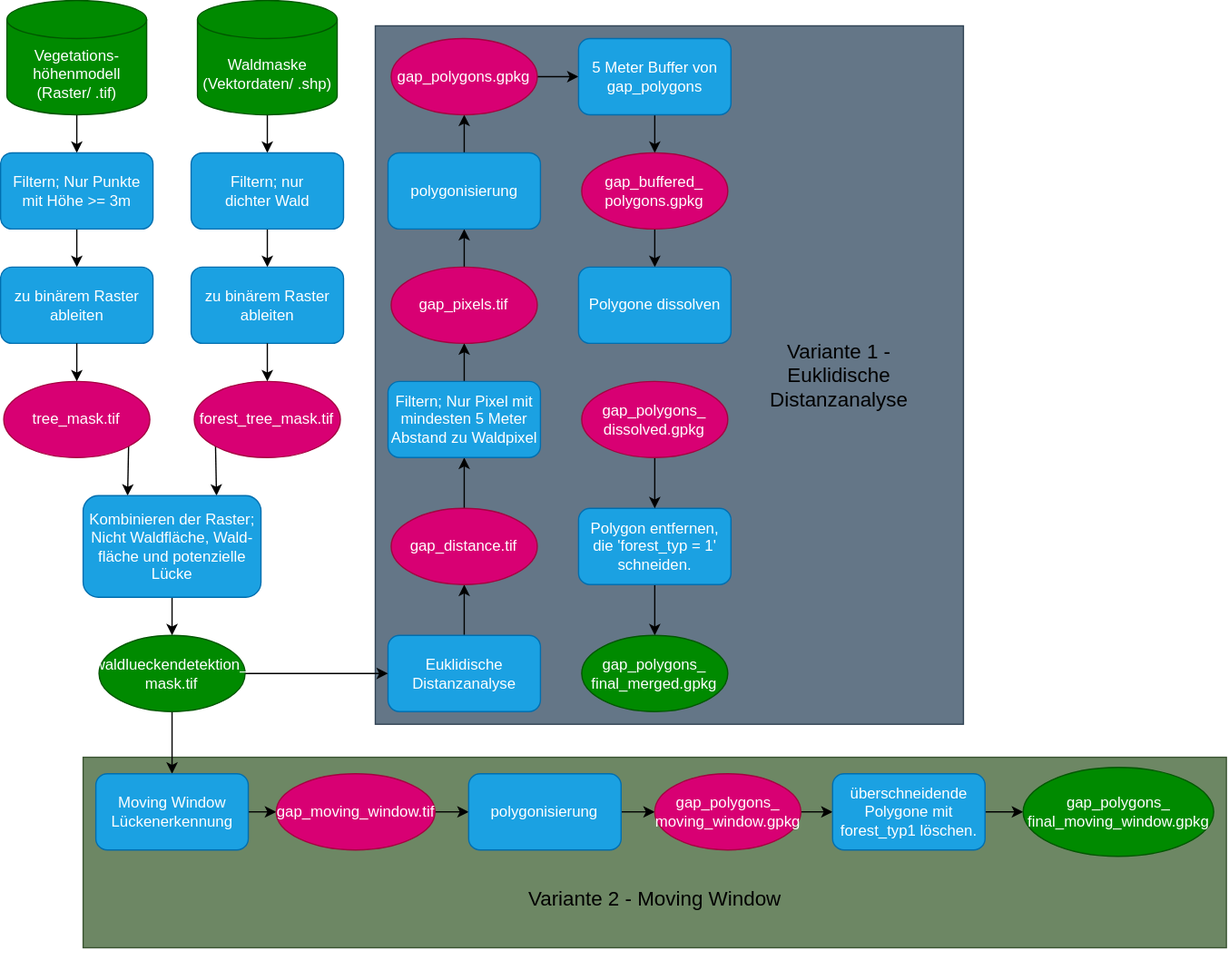
Earlier version of the draw.io export Lueckendetektion.drawio.svg (liobio72/Lueckendetektion). Source tidied: cells renumbered, new cells last; positions are measured from the earlier drawing's top-left corner, leaving out a move shared by most shapes.
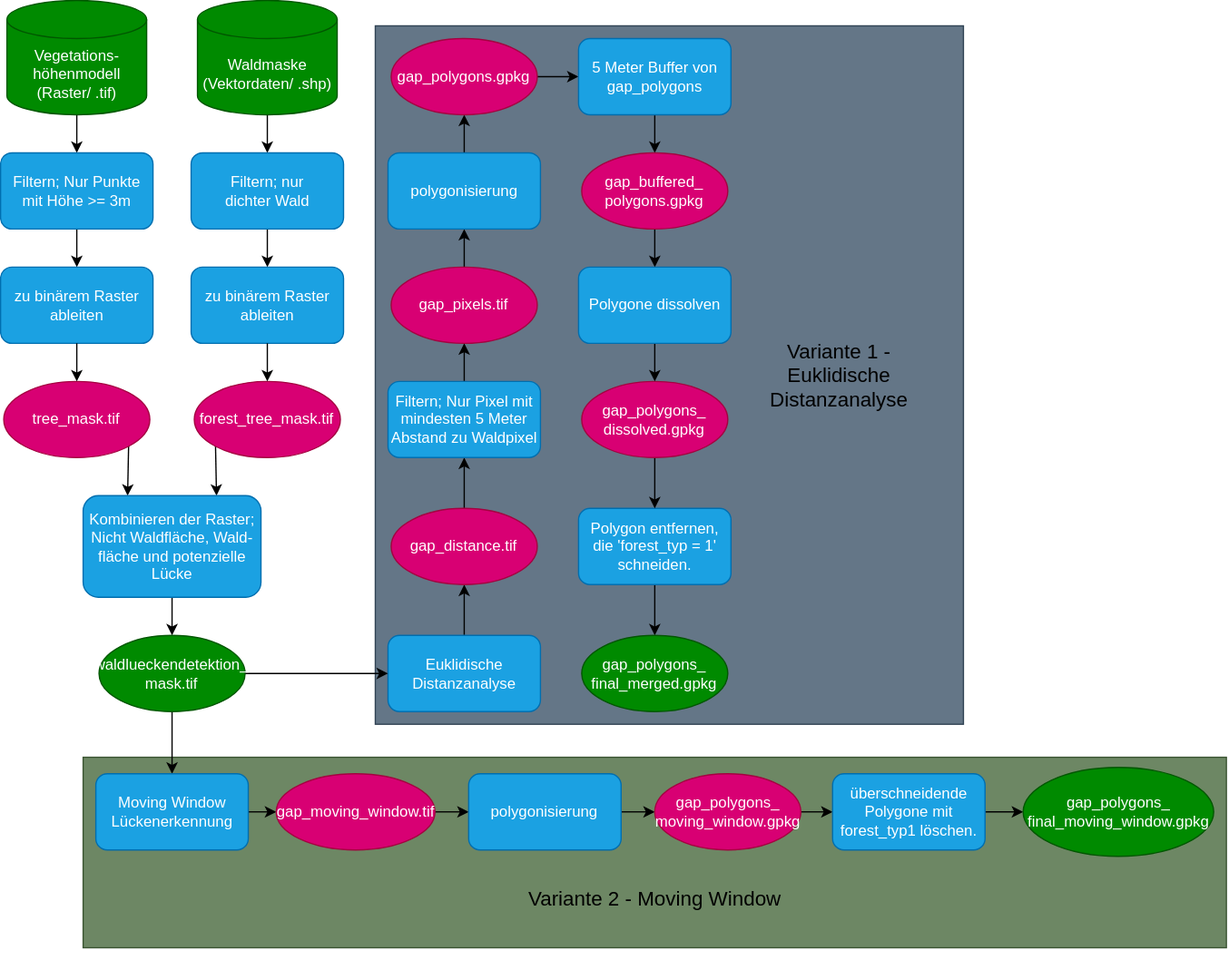
Above is the later version.

The edit, as a diff of the source:
```diff
@@ -131,6 +131,9 @@
     <mxCell id="44" value="gap_polygons_&lt;div&gt;dissolved.gpkg&lt;/div&gt;" style="ellipse;whiteSpace=wrap;html=1;fillColor=#d80073;fontColor=#ffffff;strokeColor=#A50040;" parent="1" vertex="1">
       <mxGeometry x="457.5" y="300" width="115" height="60" as="geometry" />
     </mxCell>
+    <mxCell id="60" style="edgeStyle=orthogonalEdgeStyle;rounded=0;jettySize=auto;html=1;exitX=0.5;exitY=1;exitDx=0;exitDy=0;entryX=0.5;entryY=0;entryDx=0;entryDy=0;" parent="1" edge="1" source="45" target="44">
+      <mxGeometry relative="1" as="geometry" />
+    </mxCell>
     <mxCell id="45" value="Polygone dissolven" style="rounded=1;whiteSpace=wrap;html=1;fillColor=#1ba1e2;fontColor=#ffffff;strokeColor=#006EAF;" parent="1" vertex="1">
       <mxGeometry x="455" y="210" width="120" height="60" as="geometry" />
     </mxCell>
```
